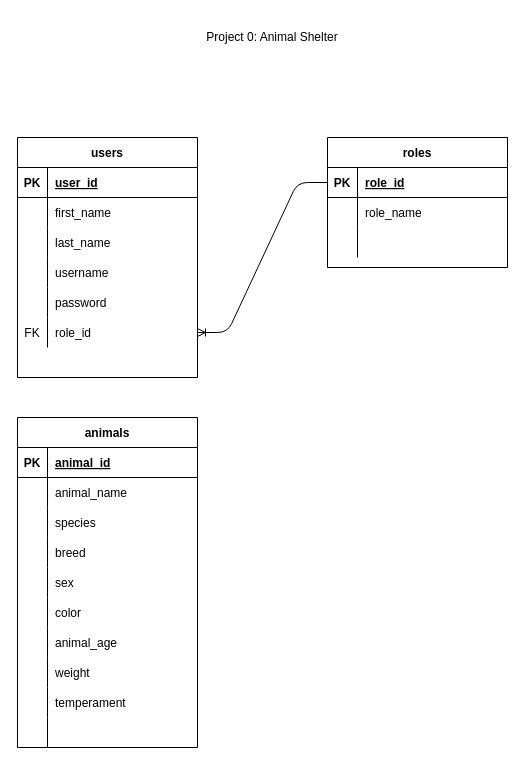
Above: DB_Schema.drawio in 2011JavaReact/AndrewCappProject0AnimalShelter (draw.io), before the change. Source tidied: cells renumbered, new cells numbered last; positions are measured from the earlier drawing's top-left corner, leaving out a move shared by most shapes. Both pictures are drawn from the tidied source at 100%, with x=0, y=0 at pixel (17, 17).
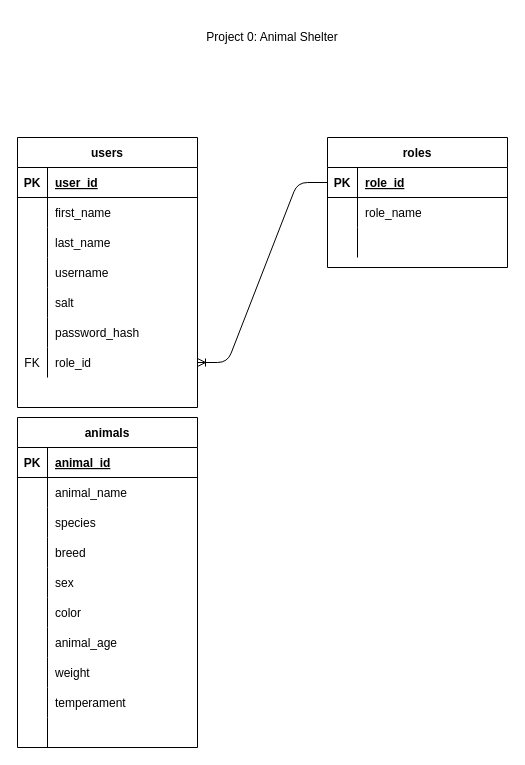
The same page after the edit.

Commit message (it also covers changes not shown here):
update readme for changes to password hashing

What changed in the source:
```diff
@@
     <mxCell id="2" value="users" style="shape=table;startSize=30;childLayout=tableLayout;rowLines=0;fontStyle=1;align=center;" parent="1" vertex="1">
-      <mxGeometry y="120" width="180" height="240" as="geometry" />
+      <mxGeometry y="120" width="180" height="270" as="geometry" />
     </mxCell>
@@
+    <mxCell id="64" style="shape=partialRectangle;fillColor=none;top=0;left=0;bottom=0;right=0;" parent="2" vertex="1">
+      <mxGeometry y="150" width="180" height="30" as="geometry" />
+    </mxCell>
+    <mxCell id="65" style="shape=partialRectangle;fillColor=none;top=0;left=0;bottom=0;right=0;overflow=hidden;" parent="64" vertex="1">
+      <mxGeometry width="30" height="30" as="geometry" />
+    </mxCell>
+    <mxCell id="66" value="salt" style="shape=partialRectangle;fillColor=none;top=0;left=0;bottom=0;right=0;align=left;spacingLeft=6;overflow=hidden;" parent="64" vertex="1">
+      <mxGeometry x="30" width="150" height="30" as="geometry" />
+    </mxCell>
     <mxCell id="15" style="shape=partialRectangle;fillColor=none;top=0;left=0;bottom=0;right=0;" parent="2" vertex="1">
-      <mxGeometry y="150" width="180" height="30" as="geometry" />
+      <mxGeometry y="180" width="180" height="30" as="geometry" />
     </mxCell>
@@
-    <mxCell id="17" value="password" style="shape=partialRectangle;fillColor=none;top=0;left=0;bottom=0;right=0;align=left;spacingLeft=6;overflow=hidden;" parent="15" vertex="1">
+    <mxCell id="17" value="password_hash" style="shape=partialRectangle;fillColor=none;top=0;left=0;bottom=0;right=0;align=left;spacingLeft=6;overflow=hidden;" parent="15" vertex="1">
       <mxGeometry x="30" width="150" height="30" as="geometry" />
     </mxCell>
     <mxCell id="18" style="shape=partialRectangle;fillColor=none;top=0;left=0;bottom=0;right=0;points=[[0,0.5],[1,0.5]];portConstraint=eastwest;" parent="2" vertex="1">
-      <mxGeometry y="180" width="180" height="30" as="geometry" />
+      <mxGeometry y="210" width="180" height="30" as="geometry" />
     </mxCell>
```
